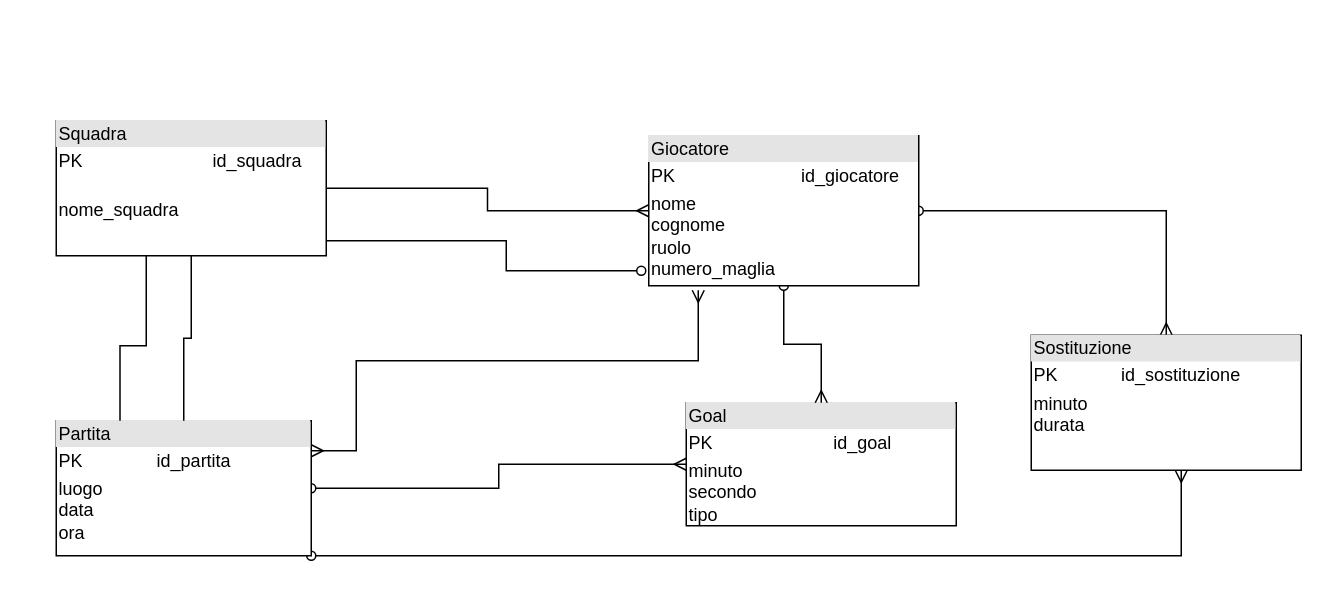
Before: Untitled Diagram.drawio in claudiaamorosi/eserciziInformatica, a draw.io diagram. Source tidied: cells renumbered, new cells numbered last; positions are measured from the earlier drawing's top-left corner, leaving out a move shared by most shapes. Both pictures are drawn from the tidied source at 150%, with x=0, y=0 at pixel (56, 120).
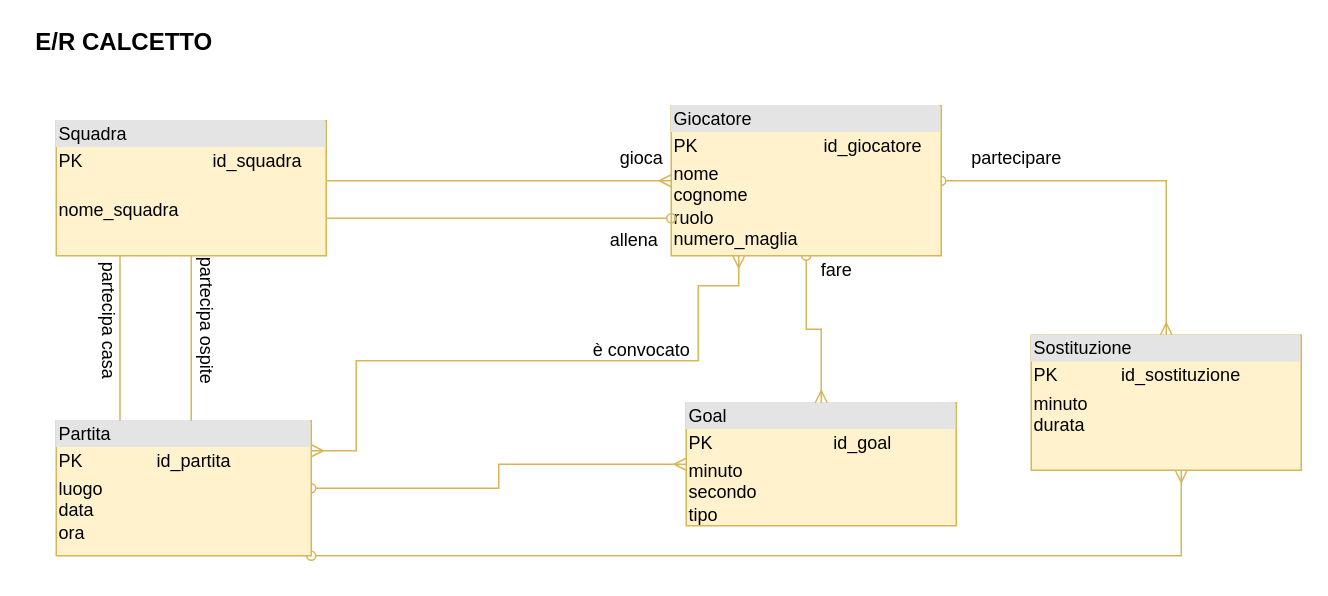
After the change.

Change to the diagram source:
```diff
@@
-    <mxCell id="2" value="&lt;div style=&quot;box-sizing: border-box ; width: 100% ; background: #e4e4e4 ; padding: 2px&quot;&gt;Goal&lt;/div&gt;&lt;table style=&quot;width: 100% ; font-size: 1em&quot; cellpadding=&quot;2&quot; cellspacing=&quot;0&quot;&gt;&lt;tbody&gt;&lt;tr&gt;&lt;td&gt;PK&lt;/td&gt;&lt;td&gt;id_goal&lt;/td&gt;&lt;/tr&gt;&lt;tr&gt;&lt;td&gt;minuto&lt;br&gt;secondo&lt;br&gt;tipo&lt;/td&gt;&lt;td&gt;&lt;br&gt;&lt;/td&gt;&lt;/tr&gt;&lt;tr&gt;&lt;td&gt;&lt;/td&gt;&lt;td&gt;&lt;br&gt;&lt;/td&gt;&lt;/tr&gt;&lt;/tbody&gt;&lt;/table&gt;" style="verticalAlign=top;align=left;overflow=fill;html=1;" parent="1" vertex="1">
+    <mxCell id="2" value="&lt;div style=&quot;box-sizing: border-box ; width: 100% ; background: #e4e4e4 ; padding: 2px&quot;&gt;Goal&lt;/div&gt;&lt;table style=&quot;width: 100% ; font-size: 1em&quot; cellpadding=&quot;2&quot; cellspacing=&quot;0&quot;&gt;&lt;tbody&gt;&lt;tr&gt;&lt;td&gt;PK&lt;/td&gt;&lt;td&gt;id_goal&lt;/td&gt;&lt;/tr&gt;&lt;tr&gt;&lt;td&gt;minuto&lt;br&gt;secondo&lt;br&gt;tipo&lt;/td&gt;&lt;td&gt;&lt;br&gt;&lt;/td&gt;&lt;/tr&gt;&lt;tr&gt;&lt;td&gt;&lt;/td&gt;&lt;td&gt;&lt;br&gt;&lt;/td&gt;&lt;/tr&gt;&lt;/tbody&gt;&lt;/table&gt;" style="verticalAlign=top;align=left;overflow=fill;html=1;fillColor=#fff2cc;strokeColor=#d6b656;" parent="1" vertex="1">
       <mxGeometry x="420" y="188" width="180" height="82" as="geometry" />
     </mxCell>
-    <mxCell id="3" style="edgeStyle=orthogonalEdgeStyle;rounded=0;jettySize=auto;html=1;startArrow=oval;startFill=0;endArrow=ERmany;endFill=0;" parent="1" edge="1" source="6" target="2">
+    <mxCell id="3" style="edgeStyle=orthogonalEdgeStyle;rounded=0;jettySize=auto;html=1;startArrow=oval;startFill=0;endArrow=ERmany;endFill=0;fillColor=#fff2cc;strokeColor=#d6b656;" parent="1" edge="1" source="6" target="2">
       <mxGeometry relative="1" as="geometry" />
     </mxCell>
-    <mxCell id="4" style="edgeStyle=orthogonalEdgeStyle;rounded=0;jettySize=auto;html=1;startArrow=oval;startFill=0;endArrow=ERmany;endFill=0;" parent="1" edge="1" source="6" target="15">
+    <mxCell id="4" style="edgeStyle=orthogonalEdgeStyle;rounded=0;jettySize=auto;html=1;startArrow=oval;startFill=0;endArrow=ERmany;endFill=0;fillColor=#fff2cc;strokeColor=#d6b656;" parent="1" edge="1" source="6" target="15">
       <mxGeometry relative="1" as="geometry">
         <Array as="points">
           <mxPoint x="750" y="290" />
         </Array>
       </mxGeometry>
     </mxCell>
-    <mxCell id="5" style="edgeStyle=orthogonalEdgeStyle;rounded=0;jettySize=auto;html=1;startArrow=ERmany;startFill=0;endArrow=ERmany;endFill=0;" parent="1" edge="1" source="6">
+    <mxCell id="5" style="edgeStyle=orthogonalEdgeStyle;rounded=0;jettySize=auto;html=1;startArrow=ERmany;startFill=0;endArrow=ERmany;endFill=0;fillColor=#fff2cc;strokeColor=#d6b656;entryX=0.25;entryY=1;entryDx=0;entryDy=0;" parent="1" edge="1" source="6" target="9">
       <mxGeometry relative="1" as="geometry">
-        <mxPoint x="428" y="113" as="targetPoint" />
         <Array as="points">
           <mxPoint x="200" y="220" />
           <mxPoint x="200" y="160" />
           <mxPoint x="428" y="160" />
+          <mxPoint x="428" y="110" />
+          <mxPoint x="455" y="110" />
         </Array>
       </mxGeometry>
     </mxCell>
-    <mxCell id="6" value="&lt;div style=&quot;box-sizing: border-box ; width: 100% ; background: #e4e4e4 ; padding: 2px&quot;&gt;Partita&lt;/div&gt;&lt;table style=&quot;width: 100% ; font-size: 1em&quot; cellpadding=&quot;2&quot; cellspacing=&quot;0&quot;&gt;&lt;tbody&gt;&lt;tr&gt;&lt;td&gt;PK&lt;/td&gt;&lt;td&gt;id_partita&lt;/td&gt;&lt;/tr&gt;&lt;tr&gt;&lt;td&gt;luogo&lt;br&gt;data&lt;br&gt;ora&lt;/td&gt;&lt;td&gt;&lt;br&gt;&lt;/td&gt;&lt;/tr&gt;&lt;tr&gt;&lt;td&gt;&lt;/td&gt;&lt;td&gt;&lt;br&gt;&lt;/td&gt;&lt;/tr&gt;&lt;/tbody&gt;&lt;/table&gt;" style="verticalAlign=top;align=left;overflow=fill;html=1;" parent="1" vertex="1">
+    <mxCell id="6" value="&lt;div style=&quot;box-sizing: border-box ; width: 100% ; background: #e4e4e4 ; padding: 2px&quot;&gt;Partita&lt;/div&gt;&lt;table style=&quot;width: 100% ; font-size: 1em&quot; cellpadding=&quot;2&quot; cellspacing=&quot;0&quot;&gt;&lt;tbody&gt;&lt;tr&gt;&lt;td&gt;PK&lt;/td&gt;&lt;td&gt;id_partita&lt;/td&gt;&lt;/tr&gt;&lt;tr&gt;&lt;td&gt;luogo&lt;br&gt;data&lt;br&gt;ora&lt;/td&gt;&lt;td&gt;&lt;br&gt;&lt;/td&gt;&lt;/tr&gt;&lt;tr&gt;&lt;td&gt;&lt;/td&gt;&lt;td&gt;&lt;br&gt;&lt;/td&gt;&lt;/tr&gt;&lt;/tbody&gt;&lt;/table&gt;" style="verticalAlign=top;align=left;overflow=fill;html=1;fillColor=#fff2cc;strokeColor=#d6b656;" parent="1" vertex="1">
       <mxGeometry y="200" width="170" height="90" as="geometry" />
     </mxCell>
-    <mxCell id="7" style="edgeStyle=orthogonalEdgeStyle;rounded=0;jettySize=auto;html=1;endArrow=ERmany;endFill=0;startArrow=oval;startFill=0;" parent="1" edge="1" source="9" target="15">
+    <mxCell id="7" style="edgeStyle=orthogonalEdgeStyle;rounded=0;jettySize=auto;html=1;endArrow=ERmany;endFill=0;startArrow=oval;startFill=0;fillColor=#fff2cc;strokeColor=#d6b656;" parent="1" edge="1" source="9" target="15">
       <mxGeometry relative="1" as="geometry" />
     </mxCell>
-    <mxCell id="8" style="edgeStyle=orthogonalEdgeStyle;rounded=0;jettySize=auto;html=1;startArrow=oval;startFill=0;endArrow=ERmany;endFill=0;" parent="1" edge="1" source="9" target="2">
+    <mxCell id="8" style="edgeStyle=orthogonalEdgeStyle;rounded=0;jettySize=auto;html=1;startArrow=oval;startFill=0;endArrow=ERmany;endFill=0;fillColor=#fff2cc;strokeColor=#d6b656;" parent="1" edge="1" source="9" target="2">
       <mxGeometry relative="1" as="geometry" />
     </mxCell>
-    <mxCell id="9" value="&lt;div style=&quot;box-sizing: border-box ; width: 100% ; background: #e4e4e4 ; padding: 2px&quot;&gt;Giocatore&lt;/div&gt;&lt;table style=&quot;width: 100% ; font-size: 1em&quot; cellpadding=&quot;2&quot; cellspacing=&quot;0&quot;&gt;&lt;tbody&gt;&lt;tr&gt;&lt;td&gt;PK&lt;/td&gt;&lt;td&gt;id_giocatore&lt;/td&gt;&lt;/tr&gt;&lt;tr&gt;&lt;td&gt;nome&lt;br&gt;cognome&lt;br&gt;ruolo&lt;br&gt;numero_maglia&lt;/td&gt;&lt;td&gt;&lt;br&gt;&lt;/td&gt;&lt;/tr&gt;&lt;tr&gt;&lt;td&gt;&lt;/td&gt;&lt;td&gt;&lt;br&gt;&lt;/td&gt;&lt;/tr&gt;&lt;/tbody&gt;&lt;/table&gt;" style="verticalAlign=top;align=left;overflow=fill;html=1;" parent="1" vertex="1">
-      <mxGeometry x="395" y="10" width="180" height="100" as="geometry" />
+    <mxCell id="9" value="&lt;div style=&quot;box-sizing: border-box ; width: 100% ; background: #e4e4e4 ; padding: 2px&quot;&gt;Giocatore&lt;/div&gt;&lt;table style=&quot;width: 100% ; font-size: 1em&quot; cellpadding=&quot;2&quot; cellspacing=&quot;0&quot;&gt;&lt;tbody&gt;&lt;tr&gt;&lt;td&gt;PK&lt;/td&gt;&lt;td&gt;id_giocatore&lt;/td&gt;&lt;/tr&gt;&lt;tr&gt;&lt;td&gt;nome&lt;br&gt;cognome&lt;br&gt;ruolo&lt;br&gt;numero_maglia&lt;/td&gt;&lt;td&gt;&lt;br&gt;&lt;/td&gt;&lt;/tr&gt;&lt;tr&gt;&lt;td&gt;&lt;/td&gt;&lt;td&gt;&lt;br&gt;&lt;/td&gt;&lt;/tr&gt;&lt;/tbody&gt;&lt;/table&gt;" style="verticalAlign=top;align=left;overflow=fill;html=1;fillColor=#fff2cc;strokeColor=#d6b656;" parent="1" vertex="1">
+      <mxGeometry x="410" y="-10" width="180" height="100" as="geometry" />
     </mxCell>
-    <mxCell id="10" style="edgeStyle=orthogonalEdgeStyle;rounded=0;jettySize=auto;html=1;endArrow=ERmany;endFill=0;" parent="1" edge="1" source="14" target="9">
-      <mxGeometry relative="1" as="geometry" />
+    <mxCell id="10" style="edgeStyle=orthogonalEdgeStyle;rounded=0;jettySize=auto;html=1;endArrow=ERmany;endFill=0;fillColor=#fff2cc;strokeColor=#d6b656;" parent="1" edge="1" source="14" target="9">
+      <mxGeometry relative="1" as="geometry">
+        <Array as="points">
+          <mxPoint x="240" y="40" />
+          <mxPoint x="240" y="40" />
+        </Array>
+      </mxGeometry>
     </mxCell>
-    <mxCell id="11" style="edgeStyle=orthogonalEdgeStyle;rounded=0;jettySize=auto;html=1;endArrow=oval;endFill=0;" parent="1" edge="1" source="14">
-      <mxGeometry relative="1" as="geometry">
-        <mxPoint x="390" y="100" as="targetPoint" />
-        <Array as="points">
-          <mxPoint x="300" y="80" />
-          <mxPoint x="300" y="100" />
-        </Array>
-      </mxGeometry>
-    </mxCell>
-    <mxCell id="12" style="edgeStyle=orthogonalEdgeStyle;rounded=0;jettySize=auto;html=1;startArrow=none;startFill=0;endArrow=none;endFill=0;" parent="1" edge="1" source="14" target="6">
-      <mxGeometry relative="1" as="geometry" />
+    <mxCell id="12" style="edgeStyle=orthogonalEdgeStyle;rounded=0;jettySize=auto;html=1;startArrow=none;startFill=0;endArrow=none;endFill=0;fillColor=#fff2cc;strokeColor=#d6b656;" parent="1" edge="1" source="14" target="6">
+      <mxGeometry relative="1" as="geometry">
+        <Array as="points">
+          <mxPoint x="90" y="180" />
+          <mxPoint x="90" y="180" />
+        </Array>
+      </mxGeometry>
     </mxCell>
-    <mxCell id="13" style="edgeStyle=orthogonalEdgeStyle;rounded=0;jettySize=auto;html=1;entryX=0.25;entryY=0;entryDx=0;entryDy=0;startArrow=none;startFill=0;endArrow=none;endFill=0;" parent="1" edge="1" source="14" target="6">
+    <mxCell id="13" style="edgeStyle=orthogonalEdgeStyle;rounded=0;jettySize=auto;html=1;entryX=0.25;entryY=0;entryDx=0;entryDy=0;startArrow=none;startFill=0;endArrow=none;endFill=0;fillColor=#fff2cc;strokeColor=#d6b656;" parent="1" edge="1" source="14" target="6">
       <mxGeometry relative="1" as="geometry">
         <Array as="points">
-          <mxPoint x="60" y="150" />
           <mxPoint x="43" y="150" />
         </Array>
       </mxGeometry>
     </mxCell>
+    <mxCell id="16" style="edgeStyle=orthogonalEdgeStyle;rounded=0;jettySize=auto;html=1;entryX=0;entryY=0.75;entryDx=0;entryDy=0;startArrow=none;startFill=0;endArrow=oval;endFill=0;fillColor=#fff2cc;strokeColor=#d6b656;" parent="1" edge="1" source="14" target="9">
+      <mxGeometry relative="1" as="geometry">
+        <Array as="points">
+          <mxPoint x="240" y="65" />
+          <mxPoint x="240" y="65" />
+        </Array>
+      </mxGeometry>
+    </mxCell>
-    <mxCell id="14" value="&lt;div style=&quot;box-sizing: border-box ; width: 100% ; background: #e4e4e4 ; padding: 2px&quot;&gt;Squadra&lt;/div&gt;&lt;table style=&quot;width: 100% ; font-size: 1em&quot; cellpadding=&quot;2&quot; cellspacing=&quot;0&quot;&gt;&lt;tbody&gt;&lt;tr&gt;&lt;td&gt;PK&lt;/td&gt;&lt;td&gt;id_squadra&lt;/td&gt;&lt;/tr&gt;&lt;tr&gt;&lt;td&gt;&lt;br&gt;nome_squadra&lt;/td&gt;&lt;td&gt;&lt;br&gt;&lt;/td&gt;&lt;/tr&gt;&lt;tr&gt;&lt;td&gt;&lt;/td&gt;&lt;td&gt;&lt;br&gt;&lt;/td&gt;&lt;/tr&gt;&lt;/tbody&gt;&lt;/table&gt;" style="verticalAlign=top;align=left;overflow=fill;html=1;" parent="1" vertex="1">
+    <mxCell id="14" value="&lt;div style=&quot;box-sizing: border-box ; width: 100% ; background: #e4e4e4 ; padding: 2px&quot;&gt;Squadra&lt;/div&gt;&lt;table style=&quot;width: 100% ; font-size: 1em&quot; cellpadding=&quot;2&quot; cellspacing=&quot;0&quot;&gt;&lt;tbody&gt;&lt;tr&gt;&lt;td&gt;PK&lt;/td&gt;&lt;td&gt;id_squadra&lt;/td&gt;&lt;/tr&gt;&lt;tr&gt;&lt;td&gt;&lt;br&gt;nome_squadra&lt;/td&gt;&lt;td&gt;&lt;br&gt;&lt;/td&gt;&lt;/tr&gt;&lt;tr&gt;&lt;td&gt;&lt;/td&gt;&lt;td&gt;&lt;br&gt;&lt;/td&gt;&lt;/tr&gt;&lt;/tbody&gt;&lt;/table&gt;" style="verticalAlign=top;align=left;overflow=fill;html=1;fillColor=#fff2cc;strokeColor=#d6b656;" parent="1" vertex="1">
       <mxGeometry width="180" height="90" as="geometry" />
     </mxCell>
-    <mxCell id="15" value="&lt;div style=&quot;box-sizing: border-box ; width: 100% ; background: #e4e4e4 ; padding: 2px&quot;&gt;Sostituzione&lt;/div&gt;&lt;table style=&quot;width: 100% ; font-size: 1em&quot; cellpadding=&quot;2&quot; cellspacing=&quot;0&quot;&gt;&lt;tbody&gt;&lt;tr&gt;&lt;td&gt;PK&lt;/td&gt;&lt;td&gt;id_sostituzione&lt;/td&gt;&lt;/tr&gt;&lt;tr&gt;&lt;td&gt;minuto&lt;br&gt;durata&lt;/td&gt;&lt;td&gt;&lt;br&gt;&lt;/td&gt;&lt;/tr&gt;&lt;tr&gt;&lt;td&gt;&lt;/td&gt;&lt;td&gt;&lt;br&gt;&lt;/td&gt;&lt;/tr&gt;&lt;/tbody&gt;&lt;/table&gt;" style="verticalAlign=top;align=left;overflow=fill;html=1;" parent="1" vertex="1">
+    <mxCell id="15" value="&lt;div style=&quot;box-sizing: border-box ; width: 100% ; background: #e4e4e4 ; padding: 2px&quot;&gt;Sostituzione&lt;/div&gt;&lt;table style=&quot;width: 100% ; font-size: 1em&quot; cellpadding=&quot;2&quot; cellspacing=&quot;0&quot;&gt;&lt;tbody&gt;&lt;tr&gt;&lt;td&gt;PK&lt;/td&gt;&lt;td&gt;id_sostituzione&lt;/td&gt;&lt;/tr&gt;&lt;tr&gt;&lt;td&gt;minuto&lt;br&gt;durata&lt;/td&gt;&lt;td&gt;&lt;br&gt;&lt;/td&gt;&lt;/tr&gt;&lt;tr&gt;&lt;td&gt;&lt;/td&gt;&lt;td&gt;&lt;br&gt;&lt;/td&gt;&lt;/tr&gt;&lt;/tbody&gt;&lt;/table&gt;" style="verticalAlign=top;align=left;overflow=fill;html=1;fillColor=#fff2cc;strokeColor=#d6b656;" parent="1" vertex="1">
       <mxGeometry x="650" y="143" width="180" height="90" as="geometry" />
     </mxCell>
+    <mxCell id="17" value="partecipare" style="text;html=1;align=center;verticalAlign=middle;" parent="1" vertex="1">
+      <mxGeometry x="600" y="15" width="80" height="20" as="geometry" />
+    </mxCell>
+    <mxCell id="18" value="fare" style="text;html=1;align=center;verticalAlign=middle;" parent="1" vertex="1">
+      <mxGeometry x="500" y="90" width="40" height="20" as="geometry" />
+    </mxCell>
+    <mxCell id="19" value="è convocato" style="text;html=1;align=center;verticalAlign=middle;" parent="1" vertex="1">
+      <mxGeometry x="350" y="143" width="80" height="20" as="geometry" />
+    </mxCell>
+    <mxCell id="20" value="gioca" style="text;html=1;align=center;verticalAlign=middle;" parent="1" vertex="1">
+      <mxGeometry x="370" y="15" width="40" height="20" as="geometry" />
+    </mxCell>
+    <mxCell id="21" value="allena" style="text;html=1;align=center;verticalAlign=middle;" parent="1" vertex="1">
+      <mxGeometry x="360" y="70" width="50" height="20" as="geometry" />
+    </mxCell>
+    <mxCell id="22" value="partecipa ospite" style="text;html=1;align=center;verticalAlign=middle;rotation=90;" parent="1" vertex="1">
+      <mxGeometry x="50" y="123" width="100" height="20" as="geometry" />
+    </mxCell>
+    <mxCell id="23" value="partecipa casa" style="text;html=1;align=center;verticalAlign=middle;rotation=90;" parent="1" vertex="1">
+      <mxGeometry x="-10" y="123" width="90" height="20" as="geometry" />
+    </mxCell>
+    <mxCell id="24" value="&lt;font style=&quot;font-size: 16px&quot;&gt;&lt;b&gt;E/R CALCETTO&lt;/b&gt;&lt;/font&gt;" style="text;html=1;align=center;verticalAlign=middle;" parent="1" vertex="1">
+      <mxGeometry x="-20" y="-63" width="130" height="20" as="geometry" />
+    </mxCell>
```
